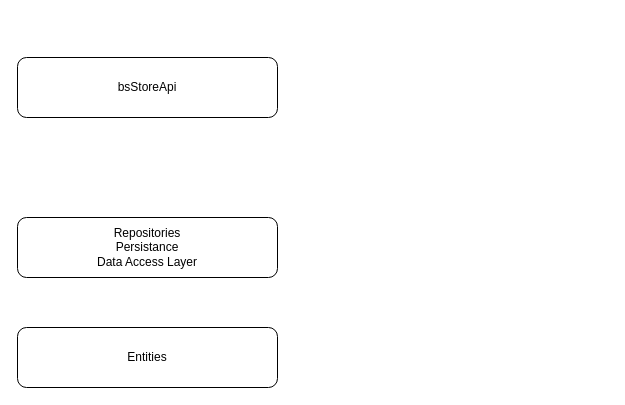
This is page "day-07" (8 of 8) of day-08/draw.drawio from zcomert/BtkAkademiDotNetBootCamp, a draw.io file, before an edit. Source tidied: cells renumbered, new cells numbered last; positions are measured from the earlier drawing's top-left corner, leaving out a move shared by most shapes. Both pictures are drawn from the tidied source at 100%, with x=0, y=0 at pixel (17, 57).
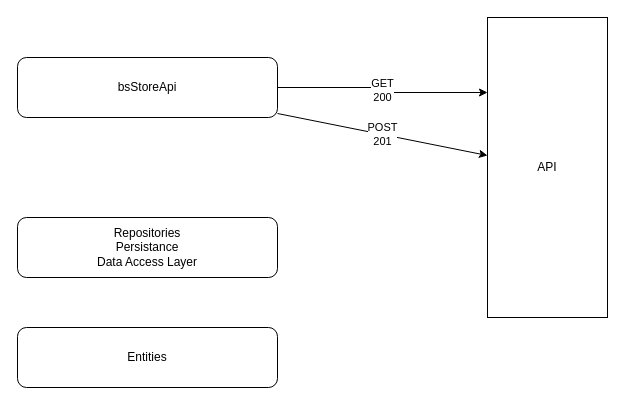
After the change.

What changed in the source:
```diff
@@
 <mxGraphModel>
   <root>
     <mxCell id="0" />
     <mxCell id="1" parent="0" />
     <mxCell id="2" value="Entities" style="rounded=1;whiteSpace=wrap;html=1;" parent="1" vertex="1">
       <mxGeometry y="270" width="260" height="60" as="geometry" />
     </mxCell>
     <mxCell id="3" value="Repositories&lt;br&gt;Persistance&lt;br&gt;Data Access Layer" style="rounded=1;whiteSpace=wrap;html=1;" parent="1" vertex="1">
       <mxGeometry y="160" width="260" height="60" as="geometry" />
     </mxCell>
+    <mxCell id="5" value="GET&lt;br&gt;200" style="edgeStyle=orthogonalEdgeStyle;rounded=0;jettySize=auto;html=1;entryX=0;entryY=0.25;entryDx=0;entryDy=0;" parent="1" edge="1" source="4" target="7">
+      <mxGeometry relative="1" as="geometry" />
+    </mxCell>
+    <mxCell id="6" value="POST&lt;br&gt;201" style="rounded=0;jettySize=auto;html=1;" parent="1" edge="1" source="4" target="7">
+      <mxGeometry relative="1" as="geometry" />
+    </mxCell>
     <mxCell id="4" value="bsStoreApi" style="rounded=1;whiteSpace=wrap;html=1;" parent="1" vertex="1">
       <mxGeometry width="260" height="60" as="geometry" />
     </mxCell>
+    <mxCell id="7" value="API" style="rounded=0;whiteSpace=wrap;html=1;" parent="1" vertex="1">
+      <mxGeometry x="470" y="-40" width="120" height="300" as="geometry" />
+    </mxCell>
   </root>
 </mxGraphModel>
```
